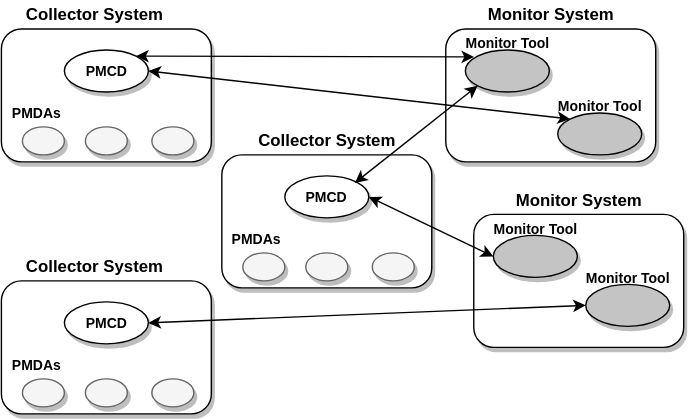
Before: images/multi-deploy.svg, a diagram exported from draw.io (performancecopilot/pcp). Source tidied: cells renumbered, new cells last; positions are measured from the earlier drawing's top-left corner, leaving out a move shared by most shapes.
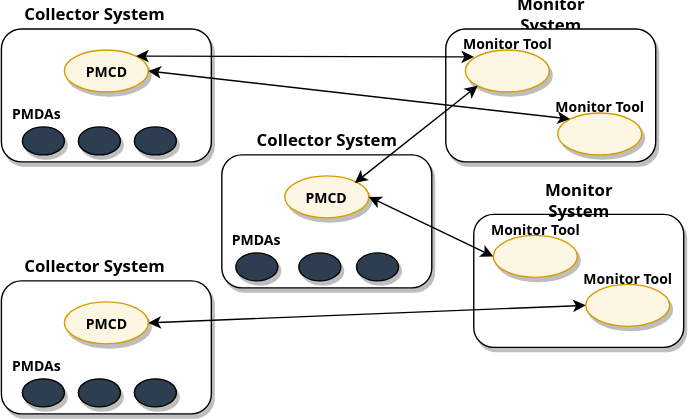
After the commit.

The edit, as a diff of the source:
```diff
@@ -2,128 +2,128 @@
   <root>
     <mxCell id="0" />
     <mxCell id="1" parent="0" />
-    <mxCell id="2" style="rounded=1;whiteSpace=wrap;html=1;shadow=1;fontStyle=1;fontSize=10;" parent="1" vertex="1">
+    <mxCell id="2" style="rounded=1;whiteSpace=wrap;html=1;shadow=1;fontStyle=1;fontSize=10;fontFamily=Sans;" parent="1" vertex="1">
       <mxGeometry x="0.5" y="20" width="150" height="95" as="geometry" />
     </mxCell>
-    <mxCell id="3" style="ellipse;whiteSpace=wrap;html=1;shadow=1;fontStyle=1;fontSize=10;" parent="1" vertex="1">
+    <mxCell id="3" style="ellipse;whiteSpace=wrap;html=1;shadow=1;fontStyle=1;fontSize=10;fillColor=#FDF6E3;strokeColor=#D79B00;fontFamily=Sans;" parent="1" vertex="1">
       <mxGeometry x="45.5" y="35" width="60" height="30" as="geometry" />
     </mxCell>
-    <mxCell id="4" style="ellipse;whiteSpace=wrap;html=1;fillColor=#f5f5f5;strokeColor=#666666;fontColor=#333333;shadow=1;fontStyle=1;fontSize=10;" parent="1" vertex="1">
+    <mxCell id="4" style="ellipse;whiteSpace=wrap;html=1;fontColor=#333333;shadow=1;fontStyle=1;fontSize=10;fillColor=#2C3E50;fontFamily=Sans;" parent="1" vertex="1">
       <mxGeometry x="15.5" y="90" width="30" height="20" as="geometry" />
     </mxCell>
-    <mxCell id="5" style="ellipse;whiteSpace=wrap;html=1;fillColor=#f5f5f5;strokeColor=#666666;fontColor=#333333;shadow=1;fontStyle=1;fontSize=10;" parent="1" vertex="1">
-      <mxGeometry x="60.5" y="90" width="30" height="20" as="geometry" />
-    </mxCell>
-    <mxCell id="6" style="ellipse;whiteSpace=wrap;html=1;fillColor=#f5f5f5;strokeColor=#666666;fontColor=#333333;shadow=1;fontStyle=1;fontSize=10;" parent="1" vertex="1">
-      <mxGeometry x="108" y="90" width="30" height="20" as="geometry" />
-    </mxCell>
-    <mxCell id="7" value="&lt;font style=&quot;font-size: 12px&quot;&gt;Monitor System&lt;/font&gt;" style="text;html=1;strokeColor=none;fillColor=none;align=center;verticalAlign=middle;whiteSpace=wrap;rounded=0;shadow=1;fontStyle=1;fontSize=10;" parent="1" vertex="1">
+    <mxCell id="7" value="&lt;font style=&quot;font-size: 12px&quot;&gt;Monitor System&lt;/font&gt;" style="text;html=1;strokeColor=none;fillColor=none;align=center;verticalAlign=middle;whiteSpace=wrap;rounded=0;shadow=1;fontStyle=1;fontSize=10;fontFamily=Sans;" parent="1" vertex="1">
       <mxGeometry x="345.5" width="95" height="20" as="geometry" />
     </mxCell>
-    <mxCell id="8" value="PMCD" style="text;html=1;strokeColor=none;fillColor=none;align=center;verticalAlign=middle;whiteSpace=wrap;rounded=0;shadow=1;fontStyle=1;fontSize=10;" parent="1" vertex="1">
+    <mxCell id="8" value="PMCD" style="text;html=1;strokeColor=none;fillColor=none;align=center;verticalAlign=middle;whiteSpace=wrap;rounded=0;shadow=1;fontStyle=1;fontSize=10;fontFamily=Sans;" parent="1" vertex="1">
       <mxGeometry x="55.5" y="40" width="40" height="20" as="geometry" />
     </mxCell>
-    <mxCell id="9" value="PMDAs" style="text;html=1;strokeColor=none;fillColor=none;align=center;verticalAlign=middle;whiteSpace=wrap;rounded=0;shadow=1;fontStyle=1;fontSize=10;" parent="1" vertex="1">
+    <mxCell id="9" value="PMDAs" style="text;html=1;strokeColor=none;fillColor=none;align=center;verticalAlign=middle;whiteSpace=wrap;rounded=0;shadow=1;fontStyle=1;fontSize=10;fontFamily=Sans;" parent="1" vertex="1">
       <mxGeometry x="5.5" y="70" width="40" height="20" as="geometry" />
     </mxCell>
-    <mxCell id="10" value="&lt;font style=&quot;font-size: 12px&quot;&gt;Collector System&lt;/font&gt;" style="text;html=1;strokeColor=none;fillColor=none;align=center;verticalAlign=middle;whiteSpace=wrap;rounded=0;shadow=1;fontStyle=1;fontSize=10;" parent="1" vertex="1">
+    <mxCell id="10" value="&lt;font style=&quot;font-size: 12px&quot;&gt;Collector System&lt;/font&gt;" style="text;html=1;strokeColor=none;fillColor=none;align=center;verticalAlign=middle;whiteSpace=wrap;rounded=0;shadow=1;fontStyle=1;fontSize=10;fontFamily=Sans;" parent="1" vertex="1">
       <mxGeometry x="15.5" width="102.5" height="20" as="geometry" />
     </mxCell>
-    <mxCell id="11" style="rounded=1;whiteSpace=wrap;html=1;shadow=1;fontStyle=1;fontSize=10;" parent="1" vertex="1">
+    <mxCell id="11" style="rounded=1;whiteSpace=wrap;html=1;shadow=1;fontStyle=1;fontSize=10;fontFamily=Sans;" parent="1" vertex="1">
       <mxGeometry x="158" y="110" width="150" height="95" as="geometry" />
     </mxCell>
-    <mxCell id="12" style="ellipse;whiteSpace=wrap;html=1;shadow=1;fontStyle=1;fontSize=10;" parent="1" vertex="1">
+    <mxCell id="12" style="ellipse;whiteSpace=wrap;html=1;shadow=1;fontStyle=1;fontSize=10;fillColor=#FDF6E3;strokeColor=#D79B00;fontFamily=Sans;" parent="1" vertex="1">
       <mxGeometry x="203" y="125" width="60" height="30" as="geometry" />
     </mxCell>
-    <mxCell id="13" style="ellipse;whiteSpace=wrap;html=1;fillColor=#f5f5f5;strokeColor=#666666;fontColor=#333333;shadow=1;fontStyle=1;fontSize=10;" parent="1" vertex="1">
-      <mxGeometry x="173" y="180" width="30" height="20" as="geometry" />
-    </mxCell>
-    <mxCell id="14" style="ellipse;whiteSpace=wrap;html=1;fillColor=#f5f5f5;strokeColor=#666666;fontColor=#333333;shadow=1;fontStyle=1;fontSize=10;" parent="1" vertex="1">
-      <mxGeometry x="218" y="180" width="30" height="20" as="geometry" />
-    </mxCell>
-    <mxCell id="15" style="ellipse;whiteSpace=wrap;html=1;fillColor=#f5f5f5;strokeColor=#666666;fontColor=#333333;shadow=1;fontStyle=1;fontSize=10;" parent="1" vertex="1">
-      <mxGeometry x="265.5" y="180" width="30" height="20" as="geometry" />
-    </mxCell>
-    <mxCell id="16" value="PMCD" style="text;html=1;strokeColor=none;fillColor=none;align=center;verticalAlign=middle;whiteSpace=wrap;rounded=0;shadow=1;fontStyle=1;fontSize=10;" parent="1" vertex="1">
+    <mxCell id="16" value="PMCD" style="text;html=1;strokeColor=none;fillColor=none;align=center;verticalAlign=middle;whiteSpace=wrap;rounded=0;shadow=1;fontStyle=1;fontSize=10;fontFamily=Sans;" parent="1" vertex="1">
       <mxGeometry x="213" y="130" width="40" height="20" as="geometry" />
     </mxCell>
-    <mxCell id="17" value="PMDAs" style="text;html=1;strokeColor=none;fillColor=none;align=center;verticalAlign=middle;whiteSpace=wrap;rounded=0;shadow=1;fontStyle=1;fontSize=10;" parent="1" vertex="1">
+    <mxCell id="17" value="PMDAs" style="text;html=1;strokeColor=none;fillColor=none;align=center;verticalAlign=middle;whiteSpace=wrap;rounded=0;shadow=1;fontStyle=1;fontSize=10;fontFamily=Sans;" parent="1" vertex="1">
       <mxGeometry x="163" y="160" width="40" height="20" as="geometry" />
     </mxCell>
-    <mxCell id="18" value="&lt;font style=&quot;font-size: 12px&quot;&gt;Collector System&lt;/font&gt;" style="text;html=1;strokeColor=none;fillColor=none;align=center;verticalAlign=middle;whiteSpace=wrap;rounded=0;shadow=1;fontStyle=1;fontSize=10;" parent="1" vertex="1">
+    <mxCell id="18" value="&lt;font style=&quot;font-size: 12px&quot;&gt;Collector System&lt;/font&gt;" style="text;html=1;strokeColor=none;fillColor=none;align=center;verticalAlign=middle;whiteSpace=wrap;rounded=0;shadow=1;fontStyle=1;fontSize=10;fontFamily=Sans;" parent="1" vertex="1">
       <mxGeometry x="181.8" y="90" width="102.5" height="20" as="geometry" />
     </mxCell>
-    <mxCell id="19" style="rounded=1;whiteSpace=wrap;html=1;shadow=1;fontStyle=1;fontSize=10;" parent="1" vertex="1">
+    <mxCell id="19" style="rounded=1;whiteSpace=wrap;html=1;shadow=1;fontStyle=1;fontSize=10;fontFamily=Sans;" parent="1" vertex="1">
       <mxGeometry x="0.5" y="200" width="150" height="95" as="geometry" />
     </mxCell>
-    <mxCell id="20" style="ellipse;whiteSpace=wrap;html=1;shadow=1;fontStyle=1;fontSize=10;" parent="1" vertex="1">
+    <mxCell id="20" style="ellipse;whiteSpace=wrap;html=1;shadow=1;fontStyle=1;fontSize=10;fillColor=#FDF6E3;strokeColor=#D79B00;fontFamily=Sans;" parent="1" vertex="1">
       <mxGeometry x="45.5" y="215" width="60" height="30" as="geometry" />
     </mxCell>
-    <mxCell id="21" style="ellipse;whiteSpace=wrap;html=1;fillColor=#f5f5f5;strokeColor=#666666;fontColor=#333333;shadow=1;fontStyle=1;fontSize=10;" parent="1" vertex="1">
-      <mxGeometry x="15.5" y="270" width="30" height="20" as="geometry" />
-    </mxCell>
-    <mxCell id="22" style="ellipse;whiteSpace=wrap;html=1;fillColor=#f5f5f5;strokeColor=#666666;fontColor=#333333;shadow=1;fontStyle=1;fontSize=10;" parent="1" vertex="1">
-      <mxGeometry x="60.5" y="270" width="30" height="20" as="geometry" />
-    </mxCell>
-    <mxCell id="23" style="ellipse;whiteSpace=wrap;html=1;fillColor=#f5f5f5;strokeColor=#666666;fontColor=#333333;shadow=1;fontStyle=1;fontSize=10;" parent="1" vertex="1">
-      <mxGeometry x="108" y="270" width="30" height="20" as="geometry" />
-    </mxCell>
-    <mxCell id="24" value="PMCD" style="text;html=1;strokeColor=none;fillColor=none;align=center;verticalAlign=middle;whiteSpace=wrap;rounded=0;shadow=1;fontStyle=1;fontSize=10;" parent="1" vertex="1">
+    <mxCell id="24" value="PMCD" style="text;html=1;strokeColor=none;align=center;verticalAlign=middle;whiteSpace=wrap;rounded=0;shadow=1;fontStyle=1;fontSize=10;fontFamily=Sans;" parent="1" vertex="1">
       <mxGeometry x="55.5" y="220" width="40" height="20" as="geometry" />
     </mxCell>
-    <mxCell id="25" value="PMDAs" style="text;html=1;strokeColor=none;fillColor=none;align=center;verticalAlign=middle;whiteSpace=wrap;rounded=0;shadow=1;fontStyle=1;fontSize=10;" parent="1" vertex="1">
+    <mxCell id="25" value="PMDAs" style="text;html=1;strokeColor=none;fillColor=none;align=center;verticalAlign=middle;whiteSpace=wrap;rounded=0;shadow=1;fontStyle=1;fontSize=10;fontFamily=Sans;" parent="1" vertex="1">
       <mxGeometry x="5.5" y="250" width="40" height="20" as="geometry" />
     </mxCell>
-    <mxCell id="26" value="&lt;font style=&quot;font-size: 12px&quot;&gt;Collector System&lt;/font&gt;" style="text;html=1;strokeColor=none;fillColor=none;align=center;verticalAlign=middle;whiteSpace=wrap;rounded=0;shadow=1;fontStyle=1;fontSize=10;" parent="1" vertex="1">
+    <mxCell id="26" value="&lt;font style=&quot;font-size: 12px&quot;&gt;Collector System&lt;/font&gt;" style="text;html=1;strokeColor=none;fillColor=none;align=center;verticalAlign=middle;whiteSpace=wrap;rounded=0;shadow=1;fontStyle=1;fontSize=10;fontFamily=Sans;" parent="1" vertex="1">
       <mxGeometry x="15.5" y="180" width="102.5" height="20" as="geometry" />
     </mxCell>
-    <mxCell id="27" style="rounded=1;whiteSpace=wrap;html=1;shadow=1;fontStyle=1;fontSize=10;" parent="1" vertex="1">
+    <mxCell id="27" style="rounded=1;whiteSpace=wrap;html=1;shadow=1;fontStyle=1;fontSize=10;fontFamily=Sans;" parent="1" vertex="1">
       <mxGeometry x="318" y="20" width="150" height="95" as="geometry" />
     </mxCell>
-    <mxCell id="28" style="rounded=1;whiteSpace=wrap;html=1;shadow=1;fontStyle=1;fontSize=10;" parent="1" vertex="1">
+    <mxCell id="28" style="rounded=1;whiteSpace=wrap;html=1;shadow=1;fontStyle=1;fontSize=10;fontFamily=Sans;" parent="1" vertex="1">
       <mxGeometry x="338" y="152.5" width="150" height="95" as="geometry" />
     </mxCell>
-    <mxCell id="29" style="ellipse;whiteSpace=wrap;html=1;fillColor=#C4C4C4;shadow=1;fontStyle=1;fontSize=10;" parent="1" vertex="1">
+    <mxCell id="29" style="ellipse;whiteSpace=wrap;html=1;shadow=1;fontStyle=1;fontSize=10;fillColor=#FDF6E3;strokeColor=#D79B00;fontFamily=Sans;" parent="1" vertex="1">
       <mxGeometry x="332" y="35" width="60" height="30" as="geometry" />
     </mxCell>
-    <mxCell id="30" style="ellipse;whiteSpace=wrap;html=1;fillColor=#C4C4C4;shadow=1;fontStyle=1;fontSize=10;" parent="1" vertex="1">
+    <mxCell id="30" style="ellipse;whiteSpace=wrap;html=1;shadow=1;fontStyle=1;fontSize=10;fillColor=#FDF6E3;strokeColor=#D79B00;fontFamily=Sans;" parent="1" vertex="1">
       <mxGeometry x="352" y="167.5" width="60" height="30" as="geometry" />
     </mxCell>
-    <mxCell id="31" style="ellipse;whiteSpace=wrap;html=1;fillColor=#C4C4C4;shadow=1;fontStyle=1;fontSize=10;" parent="1" vertex="1">
+    <mxCell id="31" style="ellipse;whiteSpace=wrap;html=1;shadow=1;fontStyle=1;fontSize=10;fillColor=#FDF6E3;strokeColor=#D79B00;fontFamily=Sans;" parent="1" vertex="1">
       <mxGeometry x="398" y="80" width="60" height="30" as="geometry" />
     </mxCell>
-    <mxCell id="32" style="ellipse;whiteSpace=wrap;html=1;fillColor=#C4C4C4;shadow=1;fontStyle=1;fontSize=10;" parent="1" vertex="1">
+    <mxCell id="32" style="ellipse;whiteSpace=wrap;html=1;shadow=1;fontStyle=1;fontSize=10;fillColor=#FDF6E3;strokeColor=#D79B00;fontFamily=Sans;" parent="1" vertex="1">
       <mxGeometry x="418" y="202.5" width="60" height="30" as="geometry" />
     </mxCell>
-    <mxCell id="33" value="&lt;font style=&quot;font-size: 12px&quot;&gt;Monitor System&lt;/font&gt;" style="text;html=1;strokeColor=none;fillColor=none;align=center;verticalAlign=middle;whiteSpace=wrap;rounded=0;shadow=1;fontStyle=1;fontSize=10;" parent="1" vertex="1">
+    <mxCell id="33" value="&lt;font style=&quot;font-size: 12px&quot;&gt;Monitor System&lt;/font&gt;" style="text;html=1;strokeColor=none;fillColor=none;align=center;verticalAlign=middle;whiteSpace=wrap;rounded=0;shadow=1;fontStyle=1;fontSize=10;fontFamily=Sans;" parent="1" vertex="1">
       <mxGeometry x="365.5" y="132.5" width="95" height="20" as="geometry" />
     </mxCell>
-    <mxCell id="34" value="Monitor Tool" style="text;html=1;strokeColor=none;fillColor=none;align=center;verticalAlign=middle;whiteSpace=wrap;rounded=0;shadow=1;fontStyle=1;fontSize=10;" parent="1" vertex="1">
+    <mxCell id="34" value="Monitor Tool" style="text;html=1;strokeColor=none;fillColor=none;align=center;verticalAlign=middle;whiteSpace=wrap;rounded=0;shadow=1;fontStyle=1;fontSize=10;fontFamily=Sans;" parent="1" vertex="1">
       <mxGeometry x="314.5" y="20" width="95" height="20" as="geometry" />
     </mxCell>
-    <mxCell id="35" value="Monitor Tool" style="text;html=1;strokeColor=none;fillColor=none;align=center;verticalAlign=middle;whiteSpace=wrap;rounded=0;shadow=1;fontStyle=1;fontSize=10;" parent="1" vertex="1">
+    <mxCell id="35" value="Monitor Tool" style="text;html=1;strokeColor=none;fillColor=none;align=center;verticalAlign=middle;whiteSpace=wrap;rounded=0;shadow=1;fontStyle=1;fontSize=10;fontFamily=Sans;" parent="1" vertex="1">
       <mxGeometry x="380.5" y="65" width="95" height="20" as="geometry" />
     </mxCell>
-    <mxCell id="36" value="Monitor Tool" style="text;html=1;strokeColor=none;fillColor=none;align=center;verticalAlign=middle;whiteSpace=wrap;rounded=0;shadow=1;fontStyle=1;fontSize=10;" parent="1" vertex="1">
+    <mxCell id="36" value="Monitor Tool" style="text;html=1;strokeColor=none;fillColor=none;align=center;verticalAlign=middle;whiteSpace=wrap;rounded=0;shadow=1;fontStyle=1;fontSize=10;fontFamily=Sans;" parent="1" vertex="1">
       <mxGeometry x="334.5" y="152.5" width="95" height="20" as="geometry" />
     </mxCell>
-    <mxCell id="37" value="Monitor Tool" style="text;html=1;strokeColor=none;fillColor=none;align=center;verticalAlign=middle;whiteSpace=wrap;rounded=0;shadow=1;fontStyle=1;fontSize=10;" parent="1" vertex="1">
+    <mxCell id="37" value="Monitor Tool" style="text;html=1;strokeColor=none;fillColor=none;align=center;verticalAlign=middle;whiteSpace=wrap;rounded=0;shadow=1;fontStyle=1;fontSize=10;fontFamily=Sans;" parent="1" vertex="1">
       <mxGeometry x="400.5" y="187.5" width="95" height="20" as="geometry" />
     </mxCell>
-    <mxCell id="38" style="endArrow=classic;startArrow=classic;html=1;shadow=0;fontSize=10;exitX=1;exitY=0;exitDx=0;exitDy=0;entryX=0.25;entryY=1;entryDx=0;entryDy=0;" parent="1" edge="1" source="3" target="34">
+    <mxCell id="38" style="endArrow=classic;startArrow=classic;html=1;shadow=0;fontSize=10;exitX=1;exitY=0;exitDx=0;exitDy=0;entryX=0.25;entryY=1;entryDx=0;entryDy=0;fontFamily=Sans;" parent="1" edge="1" source="3" target="34">
       <mxGeometry relative="1" as="geometry" />
     </mxCell>
-    <mxCell id="39" style="endArrow=classic;startArrow=classic;html=1;shadow=0;fontSize=10;exitX=1;exitY=0.5;exitDx=0;exitDy=0;entryX=0;entryY=0;entryDx=0;entryDy=0;" parent="1" edge="1" source="3" target="31">
+    <mxCell id="39" style="endArrow=classic;startArrow=classic;html=1;shadow=0;fontSize=10;exitX=1;exitY=0.5;exitDx=0;exitDy=0;entryX=0;entryY=0;entryDx=0;entryDy=0;fontFamily=Sans;" parent="1" edge="1" source="3" target="31">
       <mxGeometry relative="1" as="geometry" />
     </mxCell>
-    <mxCell id="40" style="endArrow=classic;startArrow=classic;html=1;shadow=0;fontSize=10;entryX=0;entryY=1;entryDx=0;entryDy=0;exitX=1;exitY=0;exitDx=0;exitDy=0;" parent="1" edge="1" source="16" target="29">
+    <mxCell id="40" style="endArrow=classic;startArrow=classic;html=1;shadow=0;fontSize=10;entryX=0;entryY=1;entryDx=0;entryDy=0;exitX=1;exitY=0;exitDx=0;exitDy=0;fontFamily=Sans;" parent="1" edge="1" source="16" target="29">
       <mxGeometry relative="1" as="geometry" />
     </mxCell>
-    <mxCell id="41" style="endArrow=classic;startArrow=classic;html=1;shadow=0;fontSize=10;exitX=1;exitY=0.5;exitDx=0;exitDy=0;entryX=0;entryY=0.5;entryDx=0;entryDy=0;" parent="1" edge="1" source="12" target="30">
+    <mxCell id="41" style="endArrow=classic;startArrow=classic;html=1;shadow=0;fontSize=10;exitX=1;exitY=0.5;exitDx=0;exitDy=0;entryX=0;entryY=0.5;entryDx=0;entryDy=0;fontFamily=Sans;" parent="1" edge="1" source="12" target="30">
       <mxGeometry relative="1" as="geometry" />
     </mxCell>
-    <mxCell id="42" style="endArrow=classic;startArrow=classic;html=1;shadow=0;fontSize=10;exitX=1;exitY=0.5;exitDx=0;exitDy=0;entryX=0;entryY=0.5;entryDx=0;entryDy=0;" parent="1" edge="1" source="20" target="32">
+    <mxCell id="42" style="endArrow=classic;startArrow=classic;html=1;shadow=0;fontSize=10;exitX=1;exitY=0.5;exitDx=0;exitDy=0;entryX=0;entryY=0.5;entryDx=0;entryDy=0;fontFamily=Sans;" parent="1" edge="1" source="20" target="32">
       <mxGeometry relative="1" as="geometry" />
     </mxCell>
+    <mxCell id="43" style="ellipse;whiteSpace=wrap;html=1;fontColor=#333333;shadow=1;fontStyle=1;fontSize=10;fillColor=#2C3E50;fontFamily=Sans;" parent="1" vertex="1">
+      <mxGeometry x="168" y="180" width="30" height="20" as="geometry" />
+    </mxCell>
+    <mxCell id="44" style="ellipse;whiteSpace=wrap;html=1;fontColor=#333333;shadow=1;fontStyle=1;fontSize=10;fillColor=#2C3E50;fontFamily=Sans;" parent="1" vertex="1">
+      <mxGeometry x="95.5" y="270" width="30" height="20" as="geometry" />
+    </mxCell>
+    <mxCell id="45" style="ellipse;whiteSpace=wrap;html=1;fontColor=#333333;shadow=1;fontStyle=1;fontSize=10;fillColor=#2C3E50;fontFamily=Sans;" parent="1" vertex="1">
+      <mxGeometry x="55.5" y="270" width="30" height="20" as="geometry" />
+    </mxCell>
+    <mxCell id="46" style="ellipse;whiteSpace=wrap;html=1;fontColor=#333333;shadow=1;fontStyle=1;fontSize=10;fillColor=#2C3E50;fontFamily=Sans;" parent="1" vertex="1">
+      <mxGeometry x="95.5" y="90" width="30" height="20" as="geometry" />
+    </mxCell>
+    <mxCell id="47" style="ellipse;whiteSpace=wrap;html=1;fontColor=#333333;shadow=1;fontStyle=1;fontSize=10;fillColor=#2C3E50;fontFamily=Sans;" parent="1" vertex="1">
+      <mxGeometry x="55.5" y="90" width="30" height="20" as="geometry" />
+    </mxCell>
+    <mxCell id="48" style="ellipse;whiteSpace=wrap;html=1;fontColor=#333333;shadow=1;fontStyle=1;fontSize=10;fillColor=#2C3E50;fontFamily=Sans;" parent="1" vertex="1">
+      <mxGeometry x="15.5" y="270" width="30" height="20" as="geometry" />
+    </mxCell>
+    <mxCell id="49" style="ellipse;whiteSpace=wrap;html=1;fontColor=#333333;shadow=1;fontStyle=1;fontSize=10;fillColor=#2C3E50;fontFamily=Sans;" parent="1" vertex="1">
+      <mxGeometry x="254.2" y="180" width="30" height="20" as="geometry" />
+    </mxCell>
+    <mxCell id="50" style="ellipse;whiteSpace=wrap;html=1;fontColor=#333333;shadow=1;fontStyle=1;fontSize=10;fillColor=#2C3E50;fontFamily=Sans;" parent="1" vertex="1">
+      <mxGeometry x="213" y="180" width="30" height="20" as="geometry" />
+    </mxCell>
   </root>
 </mxGraphModel>
```
